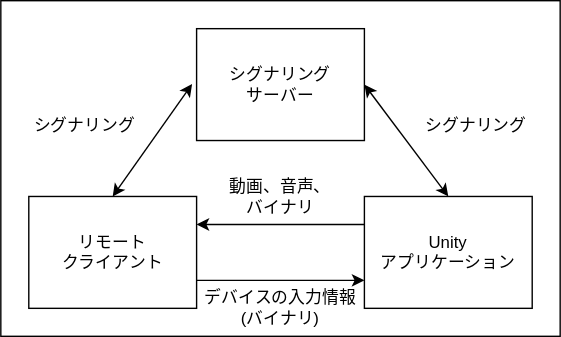
This is image_for_webrtc/UnityWebRTC機能概略.drawio.svg from yusuke-ota/light_lightning_talk_6, a draw.io export, as it was before one commit. Source tidied: cells renumbered, new cells last; positions are measured from the earlier drawing's top-left corner, leaving out a move shared by most shapes.
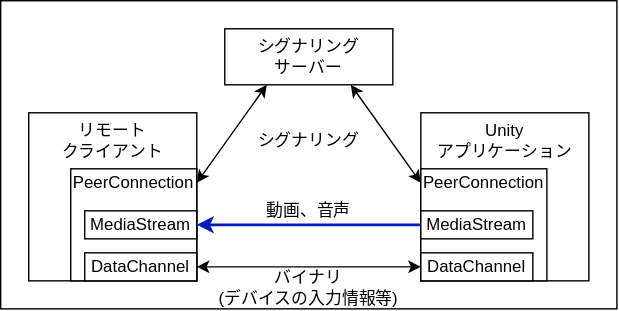
After the commit.

What changed in the source:
```diff
@@ -3,51 +3,93 @@
     <mxCell id="0" />
     <mxCell id="1" parent="0" />
     <mxCell id="2" style="rounded=0;whiteSpace=wrap;html=1;" parent="1" vertex="1">
-      <mxGeometry width="400" height="240" as="geometry" />
+      <mxGeometry y="20" width="440" height="220" as="geometry" />
     </mxCell>
+    <mxCell id="9" value="バイナリ&lt;br&gt;(デバイスの入力情報等)" style="text;html=1;strokeColor=none;fillColor=none;align=center;verticalAlign=middle;whiteSpace=wrap;rounded=0;" parent="1" vertex="1">
+      <mxGeometry x="140" y="210" width="160" height="30" as="geometry" />
+    </mxCell>
+    <mxCell id="10" value="動画、音声" style="text;html=1;strokeColor=none;fillColor=none;align=center;verticalAlign=middle;whiteSpace=wrap;rounded=0;" parent="1" vertex="1">
+      <mxGeometry x="140" y="160" width="160" height="20" as="geometry" />
+    </mxCell>
+    <mxCell id="17" style="group;" parent="1" vertex="1">
+      <mxGeometry x="20" y="100" width="120" height="120" as="geometry" />
+    </mxCell>
-    <mxCell id="3" style="rounded=0;whiteSpace=wrap;html=1;" parent="1" vertex="1">
-      <mxGeometry x="20" y="140" width="120" height="80" as="geometry" />
+    <mxCell id="3" style="rounded=0;whiteSpace=wrap;html=1;" parent="17" vertex="1">
+      <mxGeometry width="120" height="120" as="geometry" />
     </mxCell>
-    <mxCell id="4" value="リモート&lt;br&gt;クライアント" style="text;html=1;strokeColor=none;fillColor=none;align=center;verticalAlign=middle;whiteSpace=wrap;rounded=0;" parent="1" vertex="1">
-      <mxGeometry x="20" y="140" width="120" height="80" as="geometry" />
+    <mxCell id="4" value="リモート&lt;br&gt;クライアント" style="text;html=1;strokeColor=none;fillColor=none;align=center;verticalAlign=middle;whiteSpace=wrap;rounded=0;" parent="17" vertex="1">
+      <mxGeometry width="120" height="40" as="geometry" />
     </mxCell>
+    <mxCell id="18" style="rounded=0;whiteSpace=wrap;html=1;" parent="17" vertex="1">
+      <mxGeometry x="30" y="40" width="90" height="80" as="geometry" />
+    </mxCell>
+    <mxCell id="19" value="PeerConnection" style="text;html=1;strokeColor=none;fillColor=none;align=center;verticalAlign=middle;whiteSpace=wrap;rounded=0;" parent="17" vertex="1">
+      <mxGeometry x="30" y="40" width="90" height="20" as="geometry" />
+    </mxCell>
+    <mxCell id="20" style="rounded=0;whiteSpace=wrap;html=1;" parent="17" vertex="1">
+      <mxGeometry x="40" y="70" width="80" height="20" as="geometry" />
+    </mxCell>
+    <mxCell id="21" value="MediaStream" style="text;html=1;strokeColor=none;fillColor=none;align=center;verticalAlign=middle;whiteSpace=wrap;rounded=0;" parent="17" vertex="1">
+      <mxGeometry x="40" y="70" width="80" height="20" as="geometry" />
+    </mxCell>
+    <mxCell id="22" style="rounded=0;whiteSpace=wrap;html=1;" parent="17" vertex="1">
+      <mxGeometry x="40" y="100" width="80" height="20" as="geometry" />
+    </mxCell>
+    <mxCell id="23" value="DataChannel" style="text;html=1;strokeColor=none;fillColor=none;align=center;verticalAlign=middle;whiteSpace=wrap;rounded=0;" parent="17" vertex="1">
+      <mxGeometry x="40" y="100" width="80" height="20" as="geometry" />
+    </mxCell>
+    <mxCell id="24" style="group;" parent="1" vertex="1">
+      <mxGeometry x="300" y="100" width="120" height="120" as="geometry" />
+    </mxCell>
-    <mxCell id="5" style="rounded=0;whiteSpace=wrap;html=1;" parent="1" vertex="1">
-      <mxGeometry x="260" y="140" width="120" height="80" as="geometry" />
+    <mxCell id="5" style="rounded=0;whiteSpace=wrap;html=1;" parent="24" vertex="1">
+      <mxGeometry width="120" height="120" as="geometry" />
     </mxCell>
-    <mxCell id="6" value="Unity&lt;br&gt;アプリケーション" style="text;html=1;strokeColor=none;fillColor=none;align=center;verticalAlign=middle;whiteSpace=wrap;rounded=0;" parent="1" vertex="1">
-      <mxGeometry x="260" y="140" width="120" height="80" as="geometry" />
+    <mxCell id="6" value="Unity&lt;br&gt;アプリケーション" style="text;html=1;strokeColor=none;fillColor=none;align=center;verticalAlign=middle;whiteSpace=wrap;rounded=0;" parent="24" vertex="1">
+      <mxGeometry width="120" height="40" as="geometry" />
     </mxCell>
-    <mxCell id="7" style="endArrow=classic;html=1;exitX=1;exitY=0.75;exitDx=0;exitDy=0;entryX=0;entryY=0.75;entryDx=0;entryDy=0;" parent="1" edge="1" source="4" target="6">
-      <mxGeometry relative="1" as="geometry" />
-    </mxCell>
-    <mxCell id="8" style="endArrow=classic;html=1;exitX=0;exitY=0.25;exitDx=0;exitDy=0;entryX=1;entryY=0.25;entryDx=0;entryDy=0;" parent="1" edge="1" source="6" target="4">
-      <mxGeometry relative="1" as="geometry" />
-    </mxCell>
-    <mxCell id="9" value="デバイスの入力情報(バイナリ)" style="text;html=1;strokeColor=none;fillColor=none;align=center;verticalAlign=middle;whiteSpace=wrap;rounded=0;" parent="1" vertex="1">
-      <mxGeometry x="140" y="200" width="120" height="40" as="geometry" />
-    </mxCell>
-    <mxCell id="10" value="動画、音声、&lt;br&gt;バイナリ" style="text;html=1;strokeColor=none;fillColor=none;align=center;verticalAlign=middle;whiteSpace=wrap;rounded=0;" parent="1" vertex="1">
-      <mxGeometry x="140" y="120" width="120" height="40" as="geometry" />
-    </mxCell>
+    <mxCell id="25" style="rounded=0;whiteSpace=wrap;html=1;" parent="24" vertex="1">
+      <mxGeometry y="40" width="90" height="80" as="geometry" />
+    </mxCell>
+    <mxCell id="26" value="PeerConnection" style="text;html=1;strokeColor=none;fillColor=none;align=center;verticalAlign=middle;whiteSpace=wrap;rounded=0;" parent="24" vertex="1">
+      <mxGeometry y="40" width="90" height="20" as="geometry" />
+    </mxCell>
+    <mxCell id="27" style="rounded=0;whiteSpace=wrap;html=1;" parent="24" vertex="1">
+      <mxGeometry y="70" width="80" height="20" as="geometry" />
+    </mxCell>
+    <mxCell id="28" value="MediaStream" style="text;html=1;strokeColor=none;fillColor=none;align=center;verticalAlign=middle;whiteSpace=wrap;rounded=0;" parent="24" vertex="1">
+      <mxGeometry y="70" width="80" height="20" as="geometry" />
+    </mxCell>
+    <mxCell id="29" style="rounded=0;whiteSpace=wrap;html=1;" parent="24" vertex="1">
+      <mxGeometry y="100" width="80" height="20" as="geometry" />
+    </mxCell>
+    <mxCell id="30" value="DataChannel" style="text;html=1;strokeColor=none;fillColor=none;align=center;verticalAlign=middle;whiteSpace=wrap;rounded=0;" parent="24" vertex="1">
+      <mxGeometry y="100" width="80" height="20" as="geometry" />
+    </mxCell>
+    <mxCell id="31" style="group;" parent="1" vertex="1">
+      <mxGeometry x="160" y="40" width="120" height="40" as="geometry" />
+    </mxCell>
-    <mxCell id="11" style="rounded=0;whiteSpace=wrap;html=1;" parent="1" vertex="1">
-      <mxGeometry x="140" y="20" width="120" height="80" as="geometry" />
+    <mxCell id="11" style="rounded=0;whiteSpace=wrap;html=1;" parent="31" vertex="1">
+      <mxGeometry width="120" height="40" as="geometry" />
     </mxCell>
-    <mxCell id="12" value="シグナリング&lt;br&gt;サーバー" style="text;html=1;strokeColor=none;fillColor=none;align=center;verticalAlign=middle;whiteSpace=wrap;rounded=0;" parent="1" vertex="1">
-      <mxGeometry x="140" y="20" width="120" height="80" as="geometry" />
+    <mxCell id="12" value="シグナリング&lt;br&gt;サーバー" style="text;html=1;strokeColor=none;fillColor=none;align=center;verticalAlign=middle;whiteSpace=wrap;rounded=0;" parent="31" vertex="1">
+      <mxGeometry width="120" height="40" as="geometry" />
     </mxCell>
-    <mxCell id="13" style="endArrow=classic;startArrow=classic;html=1;entryX=-0.027;entryY=0.495;entryDx=0;entryDy=0;entryPerimeter=0;" parent="1" edge="1" target="12">
-      <mxGeometry relative="1" as="geometry">
-        <mxPoint x="80" y="140" as="sourcePoint" />
-      </mxGeometry>
-    </mxCell>
-    <mxCell id="14" style="endArrow=classic;startArrow=classic;html=1;exitX=1;exitY=0.5;exitDx=0;exitDy=0;entryX=0.5;entryY=0;entryDx=0;entryDy=0;" parent="1" edge="1" source="12" target="6">
-      <mxGeometry relative="1" as="geometry" />
-    </mxCell>
-    <mxCell id="15" value="シグナリング" style="text;html=1;strokeColor=none;fillColor=none;align=center;verticalAlign=middle;whiteSpace=wrap;rounded=0;" parent="1" vertex="1">
-      <mxGeometry x="300" y="80" width="80" height="20" as="geometry" />
-    </mxCell>
+    <mxCell id="32" style="endArrow=classic;startArrow=classic;html=1;entryX=0.25;entryY=1;entryDx=0;entryDy=0;" parent="1" edge="1" target="12">
+      <mxGeometry relative="1" as="geometry">
+        <mxPoint x="140" y="150" as="sourcePoint" />
+      </mxGeometry>
+    </mxCell>
+    <mxCell id="33" style="endArrow=classic;startArrow=classic;html=1;exitX=0;exitY=0;exitDx=0;exitDy=0;entryX=0;entryY=0.5;entryDx=0;entryDy=0;" parent="1" edge="1" source="9" target="30">
+      <mxGeometry relative="1" as="geometry" />
+    </mxCell>
+    <mxCell id="34" style="endArrow=classic;startArrow=classic;html=1;exitX=0.75;exitY=1;exitDx=0;exitDy=0;entryX=0;entryY=0.5;entryDx=0;entryDy=0;" parent="1" edge="1" source="12" target="26">
+      <mxGeometry relative="1" as="geometry" />
+    </mxCell>
     <mxCell id="16" value="シグナリング" style="text;html=1;strokeColor=none;fillColor=none;align=center;verticalAlign=middle;whiteSpace=wrap;rounded=0;" parent="1" vertex="1">
-      <mxGeometry x="20" y="80" width="80" height="20" as="geometry" />
+      <mxGeometry x="180" y="110" width="80" height="20" as="geometry" />
     </mxCell>
+    <mxCell id="35" style="endArrow=classic;html=1;entryX=1;entryY=0.5;entryDx=0;entryDy=0;exitX=0;exitY=0.5;exitDx=0;exitDy=0;fillColor=#0050ef;strokeColor=#001DBC;strokeWidth=2;" parent="1" edge="1" source="28" target="21">
+      <mxGeometry relative="1" as="geometry" />
+    </mxCell>
   </root>
 </mxGraphModel>
```
